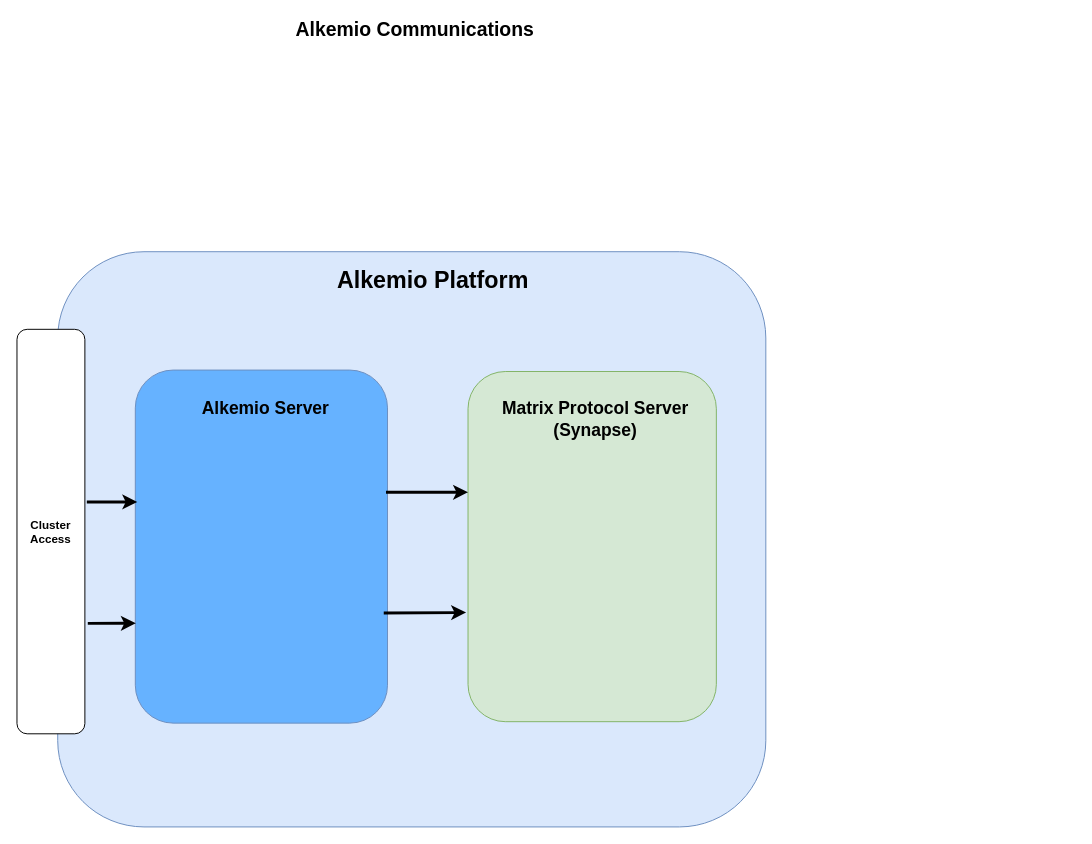
This is page "Communications" (1 of 2) of docs/diagrams/communications.drawio from alkem-io/alkemio, a draw.io file, before an edit. Source tidied: cells renumbered, new cells numbered last; positions are measured from the earlier drawing's top-left corner, leaving out a move shared by most shapes. Both pictures are drawn from the tidied source at 97%, with x=0, y=0 at pixel (16, 18).
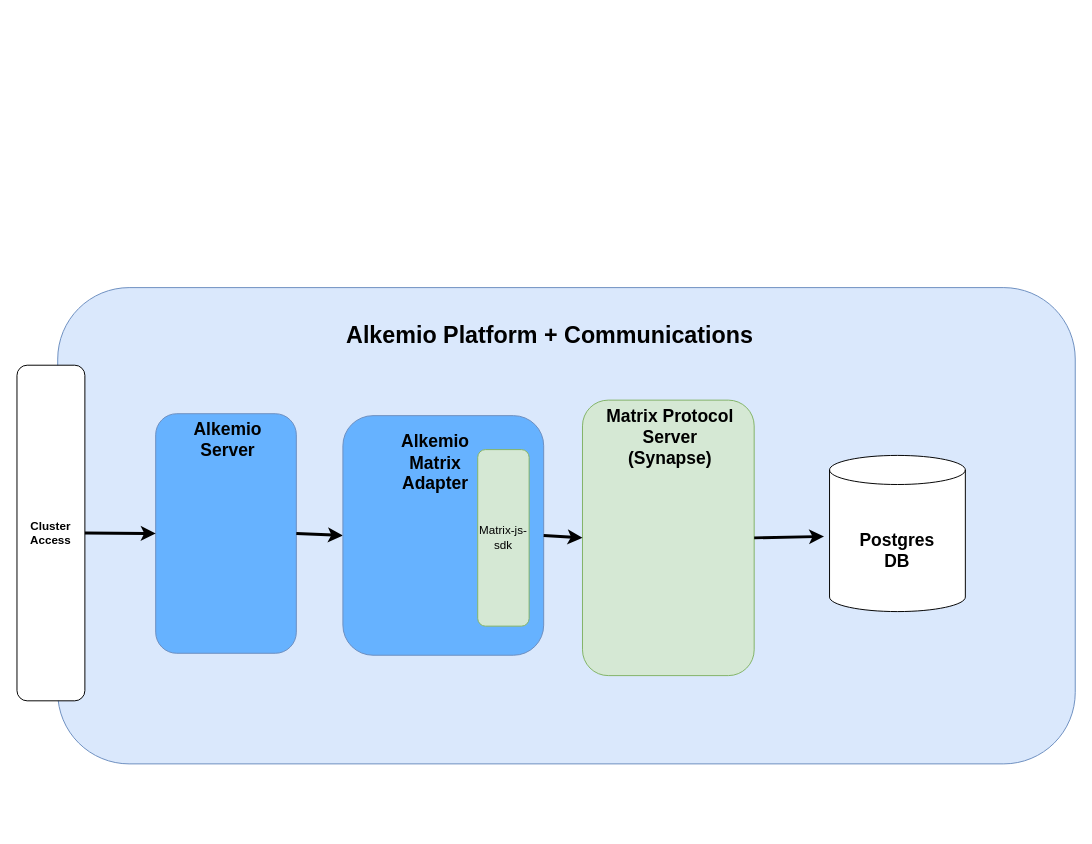
The same page after the edit.

Diff of the diagram source:
```diff
@@
     <mxCell id="2" style="rounded=1;whiteSpace=wrap;html=1;fillColor=#dae8fc;strokeColor=#6c8ebf;" parent="1" vertex="1">
-      <mxGeometry x="42" y="240" width="730" height="593" as="geometry" />
+      <mxGeometry x="42" y="277" width="1049" height="491" as="geometry" />
     </mxCell>
-    <mxCell id="3" value="Alkemio Communications" style="text;html=1;strokeColor=none;fillColor=none;align=center;verticalAlign=middle;whiteSpace=wrap;rounded=0;fontSize=20;fontStyle=1;" parent="1" vertex="1">
-      <mxGeometry x="203" width="414.5" height="20" as="geometry" />
-    </mxCell>
     <mxCell id="4" style="group;" parent="1" vertex="1">
-      <mxGeometry x="465" y="363.5" width="256" height="361" as="geometry" />
+      <mxGeometry x="586" y="370" width="177" height="302.5" as="geometry" />
     </mxCell>
     <mxCell id="5" style="group;" parent="4" vertex="1">
-      <mxGeometry width="256" height="361" as="geometry" />
+      <mxGeometry x="-3" y="23" width="177" height="284" as="geometry" />
     </mxCell>
     <mxCell id="6" style="rounded=1;whiteSpace=wrap;html=1;fillColor=#d5e8d4;strokeColor=#82b366;" parent="5" vertex="1">
-      <mxGeometry width="256" height="361" as="geometry" />
+      <mxGeometry width="177" height="284" as="geometry" />
     </mxCell>
     <mxCell id="7" value="&lt;span style=&quot;font-size: 18px&quot;&gt;&lt;b&gt;Matrix Protocol Server&lt;br&gt;(Synapse)&lt;br&gt;&lt;/b&gt;&lt;/span&gt;" style="text;html=1;strokeColor=none;fillColor=none;align=center;verticalAlign=middle;whiteSpace=wrap;rounded=0;" parent="5" vertex="1">
-      <mxGeometry x="22" y="9.5" width="219" height="79" as="geometry" />
+      <mxGeometry x="15.2" y="7.5" width="151.4" height="62.1" as="geometry" />
     </mxCell>
     <mxCell id="8" value="&lt;b&gt;Cluster&lt;br&gt;Access&lt;br&gt;&lt;/b&gt;" style="rounded=1;whiteSpace=wrap;html=1;" parent="1" vertex="1">
-      <mxGeometry y="320" width="70" height="417" as="geometry" />
+      <mxGeometry y="357" width="70" height="346" as="geometry" />
     </mxCell>
-    <mxCell id="9" value="&lt;font style=&quot;font-size: 24px;&quot;&gt;&lt;b style=&quot;font-size: 24px;&quot;&gt;Alkemio Platform&lt;br style=&quot;font-size: 24px;&quot;&gt;&lt;/b&gt;&lt;/font&gt;" style="text;html=1;strokeColor=none;fillColor=none;align=center;verticalAlign=middle;whiteSpace=wrap;rounded=0;fontSize=24;" parent="1" vertex="1">
-      <mxGeometry x="222" y="263" width="413.8" height="14.3" as="geometry" />
+    <mxCell id="9" value="&lt;font style=&quot;font-size: 24px;&quot;&gt;&lt;b style=&quot;font-size: 24px;&quot;&gt;Alkemio Platform + Communications&lt;br style=&quot;font-size: 24px;&quot;&gt;&lt;/b&gt;&lt;/font&gt;" style="text;html=1;strokeColor=none;fillColor=none;align=center;verticalAlign=middle;whiteSpace=wrap;rounded=0;fontSize=24;" parent="1" vertex="1">
+      <mxGeometry x="234" y="320" width="631" height="14.3" as="geometry" />
     </mxCell>
     <mxCell id="10" style="group;" parent="1" vertex="1">
-      <mxGeometry x="122" y="362" width="260" height="364" as="geometry" />
+      <mxGeometry x="143" y="407" width="145" height="247" as="geometry" />
     </mxCell>
     <mxCell id="11" style="rounded=1;whiteSpace=wrap;html=1;strokeColor=#6c8ebf;fillColor=#66B2FF;" parent="10" vertex="1">
-      <mxGeometry width="260" height="364" as="geometry" />
+      <mxGeometry width="145" height="247" as="geometry" />
     </mxCell>
     <mxCell id="12" value="&lt;font style=&quot;font-size: 18px&quot;&gt;&lt;b style=&quot;font-size: 18px&quot;&gt;Alkemio Server&lt;br style=&quot;font-size: 18px&quot;&gt;&lt;/b&gt;&lt;/font&gt;" style="text;html=1;strokeColor=none;fillColor=none;align=center;verticalAlign=middle;whiteSpace=wrap;rounded=0;fontSize=18;" parent="10" vertex="1">
-      <mxGeometry x="29" y="30" width="210.5" height="19" as="geometry" />
+      <mxGeometry x="16.2" y="20.4" width="117.4" height="12.9" as="geometry" />
     </mxCell>
-    <mxCell id="13" style="endArrow=classic;html=1;fontSize=18;exitX=0.994;exitY=0.346;exitDx=0;exitDy=0;exitPerimeter=0;entryX=0;entryY=0.345;entryDx=0;entryDy=0;entryPerimeter=0;strokeWidth=3;" parent="1" edge="1" source="11" target="6">
+    <mxCell id="13" style="endArrow=classic;html=1;fontSize=18;exitX=1;exitY=0.5;exitDx=0;exitDy=0;entryX=0;entryY=0.5;entryDx=0;entryDy=0;strokeWidth=3;" parent="1" edge="1" source="11" target="18">
       <mxGeometry relative="1" as="geometry" />
     </mxCell>
-    <mxCell id="14" style="endArrow=classic;html=1;fontSize=18;exitX=0.985;exitY=0.688;exitDx=0;exitDy=0;exitPerimeter=0;strokeWidth=3;" parent="1" edge="1" source="11">
-      <mxGeometry relative="1" as="geometry">
-        <mxPoint x="463" y="612" as="targetPoint" />
-      </mxGeometry>
-    </mxCell>
-    <mxCell id="15" style="endArrow=classic;html=1;fontSize=18;strokeWidth=3;" parent="1" edge="1">
-      <mxGeometry relative="1" as="geometry">
-        <mxPoint x="72" y="498" as="sourcePoint" />
-        <mxPoint x="124" y="498" as="targetPoint" />
-      </mxGeometry>
+    <mxCell id="15" style="endArrow=classic;html=1;fontSize=18;strokeWidth=3;entryX=0;entryY=0.5;entryDx=0;entryDy=0;exitX=1;exitY=0.5;exitDx=0;exitDy=0;" parent="1" edge="1" source="8" target="11">
+      <mxGeometry relative="1" as="geometry" />
     </mxCell>
-    <mxCell id="16" style="endArrow=classic;html=1;fontSize=18;exitX=1.043;exitY=0.727;exitDx=0;exitDy=0;exitPerimeter=0;strokeWidth=3;entryX=0.002;entryY=0.717;entryDx=0;entryDy=0;entryPerimeter=0;" parent="1" edge="1" source="8" target="11">
-      <mxGeometry relative="1" as="geometry" />
-    </mxCell>
+    <mxCell id="17" style="group;" parent="1" vertex="1">
+      <mxGeometry x="359" y="409" width="184" height="247" as="geometry" />
+    </mxCell>
+    <mxCell id="18" style="rounded=1;whiteSpace=wrap;html=1;strokeColor=#6c8ebf;fillColor=#66B2FF;" parent="17" vertex="1">
+      <mxGeometry x="-23" width="207" height="247" as="geometry" />
+    </mxCell>
+    <mxCell id="19" value="&lt;font style=&quot;font-size: 18px&quot;&gt;&lt;b style=&quot;font-size: 18px&quot;&gt;Alkemio Matrix Adapter&lt;br style=&quot;font-size: 18px&quot;&gt;&lt;/b&gt;&lt;/font&gt;" style="text;html=1;strokeColor=none;fillColor=none;align=center;verticalAlign=middle;whiteSpace=wrap;rounded=0;fontSize=18;" parent="17" vertex="1">
+      <mxGeometry x="13.8" y="43" width="117.4" height="12.9" as="geometry" />
+    </mxCell>
+    <mxCell id="20" value="Matrix-js-sdk" style="rounded=1;whiteSpace=wrap;html=1;fillColor=#d5e8d4;strokeColor=#82b366;" parent="17" vertex="1">
+      <mxGeometry x="116" y="35" width="53" height="182" as="geometry" />
+    </mxCell>
+    <mxCell id="21" style="endArrow=classic;html=1;fontSize=18;exitX=1;exitY=0.5;exitDx=0;exitDy=0;strokeWidth=3;entryX=0;entryY=0.5;entryDx=0;entryDy=0;" parent="1" edge="1" source="18" target="6">
+      <mxGeometry relative="1" as="geometry" />
+    </mxCell>
+    <mxCell id="22" style="endArrow=classic;html=1;fontSize=18;exitX=1;exitY=0.5;exitDx=0;exitDy=0;strokeWidth=3;entryX=0;entryY=0.25;entryDx=0;entryDy=0;" parent="1" edge="1" source="6" target="25">
+      <mxGeometry relative="1" as="geometry" />
+    </mxCell>
+    <mxCell id="23" style="group;" parent="1" vertex="1">
+      <mxGeometry x="832" y="450" width="151.4" height="161" as="geometry" />
+    </mxCell>
+    <mxCell id="24" style="shape=cylinder3;whiteSpace=wrap;html=1;boundedLbl=1;backgroundOutline=1;size=15;" parent="23" vertex="1">
+      <mxGeometry x="5.7" width="140" height="161" as="geometry" />
+    </mxCell>
+    <mxCell id="25" value="&lt;span style=&quot;font-size: 18px&quot;&gt;&lt;b&gt;Postgres&lt;br&gt;DB&lt;br&gt;&lt;/b&gt;&lt;/span&gt;" style="text;html=1;strokeColor=none;fillColor=none;align=center;verticalAlign=middle;whiteSpace=wrap;rounded=0;" parent="23" vertex="1">
+      <mxGeometry y="68" width="151.4" height="62.1" as="geometry" />
+    </mxCell>
```
